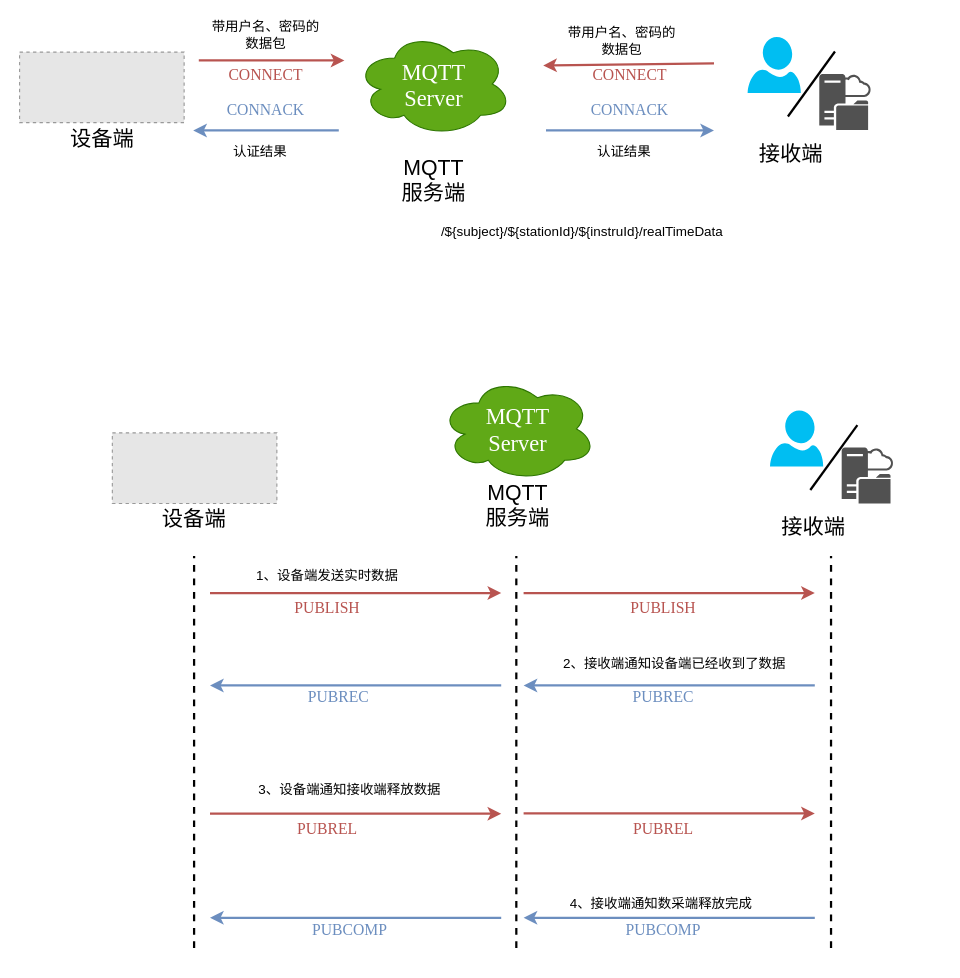
This is page "第 6 页" (6 of 7) of drawio/mqtt-auth.drawio from raingnight/Blog_Pic, a draw.io file, before an edit. Source tidied: cells renumbered, new cells numbered last; positions are measured from the earlier drawing's top-left corner, leaving out a move shared by most shapes. Both pictures are drawn from the tidied source at 112%, with x=0, y=0 at pixel (19, 22). Pictures stored in the file or linked from it are replaced by grey dashed boxes.
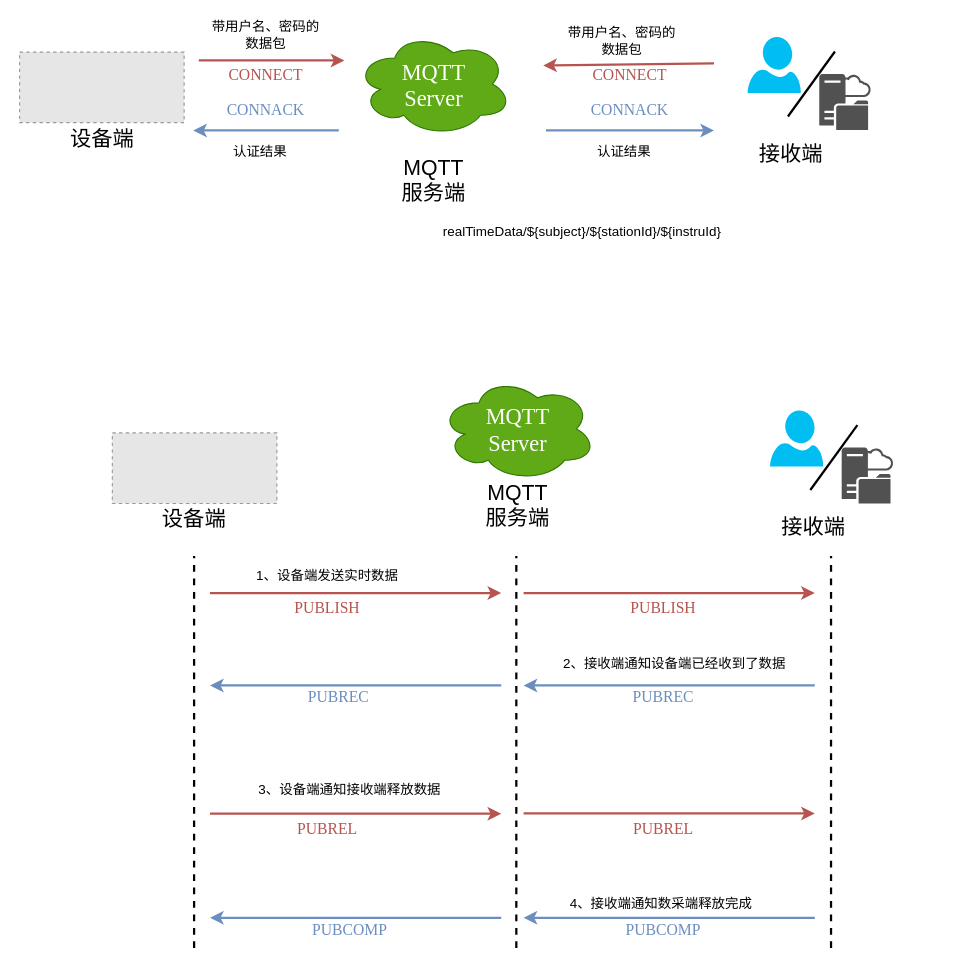
The same diagram, later.

Diff of the diagram source:
```diff
@@
-    <mxCell id="34" value="/${subject}/${stationId}/${instruId}/realTimeData" style="text;html=1;strokeColor=none;fillColor=none;align=center;verticalAlign=middle;whiteSpace=wrap;rounded=0;" parent="1" vertex="1">
+    <mxCell id="34" value="realTimeData/${subject}/${stationId}/${instruId}" style="text;html=1;strokeColor=none;fillColor=none;align=center;verticalAlign=middle;whiteSpace=wrap;rounded=0;" parent="1" vertex="1">
       <mxGeometry x="365" y="176" width="275" height="22" as="geometry" />
     </mxCell>
```
